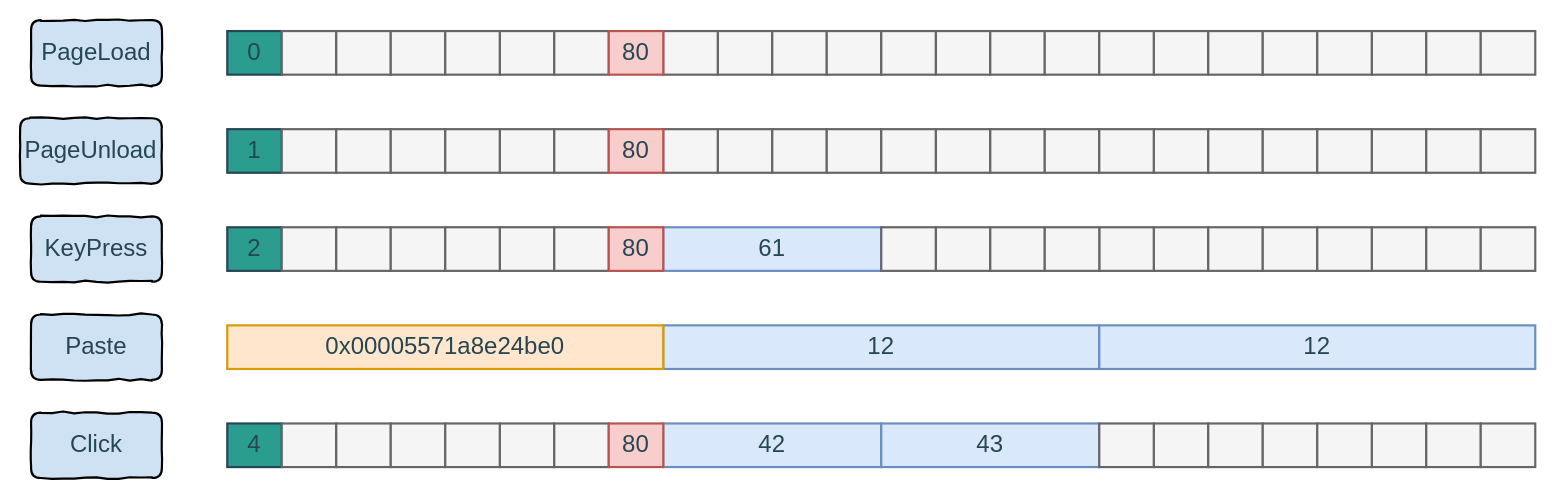
Above: src/enum/assets/web-event2.drawio in XuShaohua/intro-to-rust (draw.io), before the change. Source tidied: cells renumbered, new cells numbered last; positions are measured from the earlier drawing's top-left corner, leaving out a move shared by most shapes. Both pictures are drawn from the tidied source at 109%, with x=0, y=0 at pixel (20, 20).
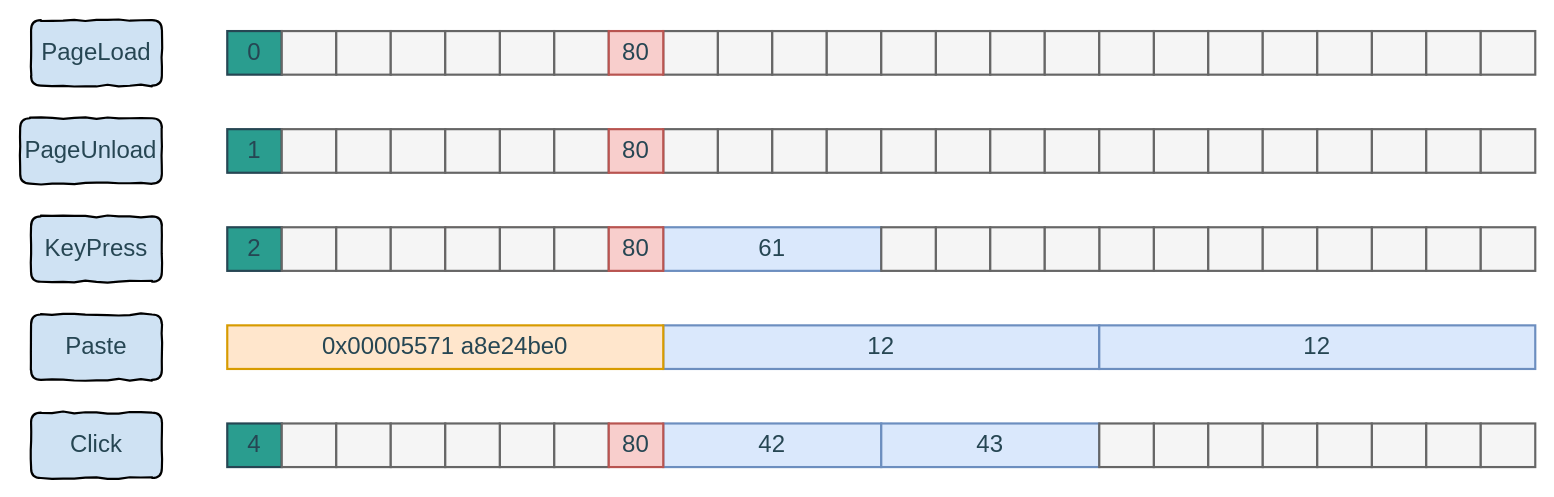
The same page after the edit.

What changed in the source:
```diff
@@
-    <mxCell id="119" value="0x00005571a8e24be0" style="rounded=0;whiteSpace=wrap;html=1;shadow=0;strokeColor=#d79b00;strokeWidth=2;fontFamily=Ubuntu;fontSize=22;fontColor=#264653;fontStyle=0;fillColor=#ffe6cc;comic=0;" parent="1" vertex="1">
+    <mxCell id="119" value="0x00005571 a8e24be0" style="rounded=0;whiteSpace=wrap;html=1;shadow=0;strokeColor=#d79b00;strokeWidth=2;fontFamily=Ubuntu;fontSize=22;fontColor=#264653;fontStyle=0;fillColor=#ffe6cc;comic=0;" parent="1" vertex="1">
       <mxGeometry x="190" y="280" width="400" height="40" as="geometry" />
     </mxCell>
```
